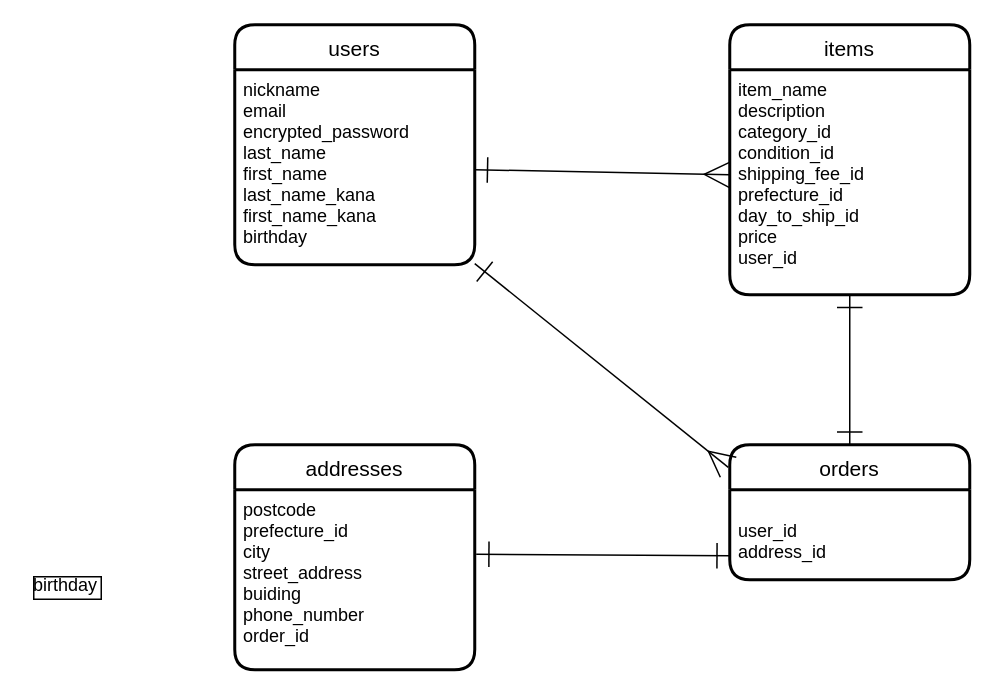
Earlier version of the draw.io diagram ER.dio (mayachacha/furima-39670). Source tidied: cells renumbered, new cells numbered last; positions are measured from the earlier drawing's top-left corner, leaving out a move shared by most shapes. Both pictures are drawn from the tidied source at 150%, with x=0, y=0 at pixel (24, 24).
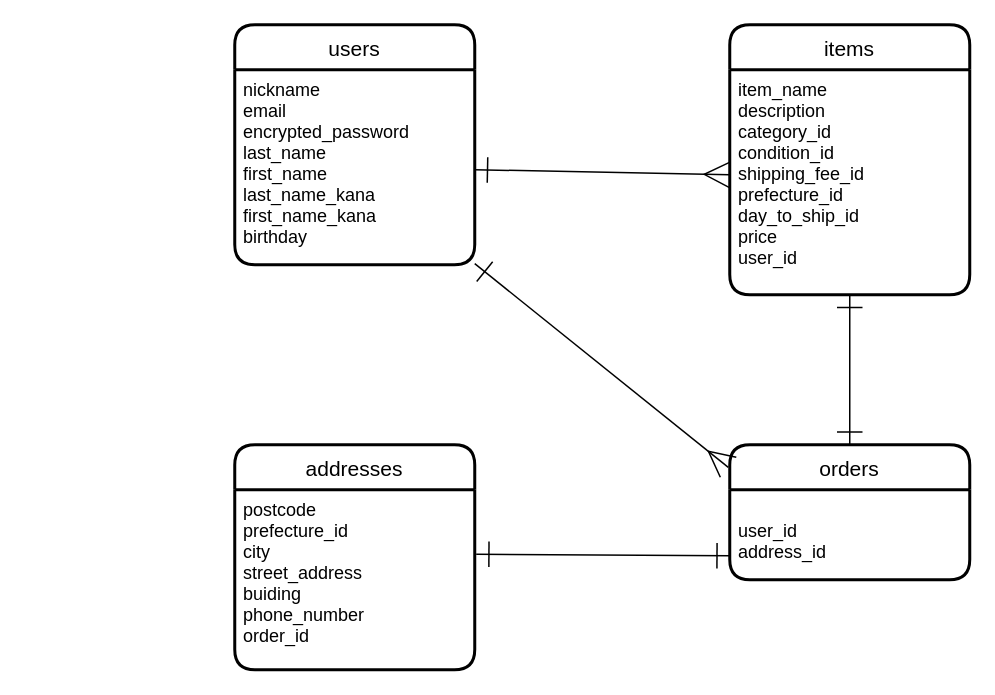
The same diagram, later.

The edit, as a diff of the source:
```diff
@@
 <mxGraphModel>
   <root>
     <mxCell id="0" />
     <mxCell id="1" parent="0" />
-    <mxCell id="2" value="birthday" style="text;strokeColor=none;fillColor=none;spacingLeft=4;spacingRight=4;overflow=hidden;fontSize=12;labelBorderColor=default;" parent="1" vertex="1">
-      <mxGeometry y="360" width="140" height="30" as="geometry" />
-    </mxCell>
     <mxCell id="3" value="users" style="swimlane;horizontal=1;startSize=30;rounded=1;fontSize=14;fontStyle=0;strokeWidth=2;shadow=0;dashed=0;align=center;" parent="1" vertex="1">
       <mxGeometry x="140" width="160" height="160" as="geometry" />
     </mxCell>
     <mxCell id="4" value="nickname&#10;email&#10;encrypted_password&#10;last_name&#10;first_name&#10;last_name_kana&#10;first_name_kana&#10;birthday&#10;" style="align=left;strokeColor=none;fillColor=none;spacingLeft=4;fontSize=12;verticalAlign=top;" parent="3" vertex="1">
       <mxGeometry y="30" width="160" height="130" as="geometry" />
     </mxCell>
     <mxCell id="5" style="edgeStyle=none;html=1;startArrow=ERone;startFill=0;endArrow=ERone;endFill=0;startSize=15;endSize=15;exitX=1.006;exitY=0.358;exitDx=0;exitDy=0;exitPerimeter=0;entryX=0;entryY=0.733;entryDx=0;entryDy=0;entryPerimeter=0;" parent="1" edge="1" source="7" target="9">
       <mxGeometry relative="1" as="geometry" />
     </mxCell>
     <mxCell id="6" value="addresses" style="swimlane;horizontal=1;startSize=30;rounded=1;fontSize=14;fontStyle=0;strokeWidth=2;shadow=0;dashed=0;align=center;" parent="1" vertex="1">
       <mxGeometry x="140" y="280" width="160" height="150" as="geometry" />
     </mxCell>
     <mxCell id="7" value="postcode&#10;prefecture_id&#10;city&#10;street_address&#10;buiding&#10;phone_number&#10;order_id" style="align=left;strokeColor=none;fillColor=none;spacingLeft=4;fontSize=12;verticalAlign=top;" parent="6" vertex="1">
       <mxGeometry y="30" width="160" height="120" as="geometry" />
     </mxCell>
     <mxCell id="8" value="orders" style="swimlane;horizontal=1;startSize=30;rounded=1;fontSize=14;fontStyle=0;strokeWidth=2;shadow=0;dashed=0;align=center;" parent="1" vertex="1">
       <mxGeometry x="470" y="280" width="160" height="90" as="geometry" />
     </mxCell>
     <mxCell id="9" value="&#10;user_id&#10;address_id" style="align=left;strokeColor=none;fillColor=none;spacingLeft=4;fontSize=12;verticalAlign=top;" parent="8" vertex="1">
       <mxGeometry y="30" width="160" height="60" as="geometry" />
     </mxCell>
     <mxCell id="10" value="items" style="swimlane;horizontal=1;startSize=30;rounded=1;fontSize=14;fontStyle=0;strokeWidth=2;shadow=0;dashed=0;align=center;" parent="1" vertex="1">
       <mxGeometry x="470" width="160" height="180" as="geometry" />
     </mxCell>
     <mxCell id="11" value="item_name&#10;description&#10;category_id&#10;condition_id&#10;shipping_fee_id&#10;prefecture_id&#10;day_to_ship_id&#10;price&#10;user_id&#10;" style="align=left;strokeColor=none;fillColor=none;spacingLeft=4;fontSize=12;verticalAlign=top;" parent="10" vertex="1">
       <mxGeometry y="30" width="160" height="150" as="geometry" />
     </mxCell>
     <mxCell id="12" style="edgeStyle=none;html=1;endArrow=ERmany;endFill=0;endSize=15;startSize=15;startArrow=ERone;startFill=0;entryX=0;entryY=0.467;entryDx=0;entryDy=0;entryPerimeter=0;" parent="1" edge="1" source="4" target="11">
       <mxGeometry relative="1" as="geometry" />
     </mxCell>
     <mxCell id="13" style="edgeStyle=none;html=1;entryX=-0.006;entryY=0.167;entryDx=0;entryDy=0;entryPerimeter=0;startArrow=ERone;startFill=0;endArrow=ERmany;endFill=0;startSize=15;endSize=15;" parent="1" edge="1" source="4" target="8">
       <mxGeometry relative="1" as="geometry" />
     </mxCell>
     <mxCell id="14" style="edgeStyle=none;html=1;startArrow=ERone;startFill=0;endArrow=ERone;endFill=0;startSize=15;endSize=15;" parent="1" edge="1" source="11">
       <mxGeometry relative="1" as="geometry">
         <mxPoint x="550" y="280" as="targetPoint" />
       </mxGeometry>
     </mxCell>
   </root>
 </mxGraphModel>
```
